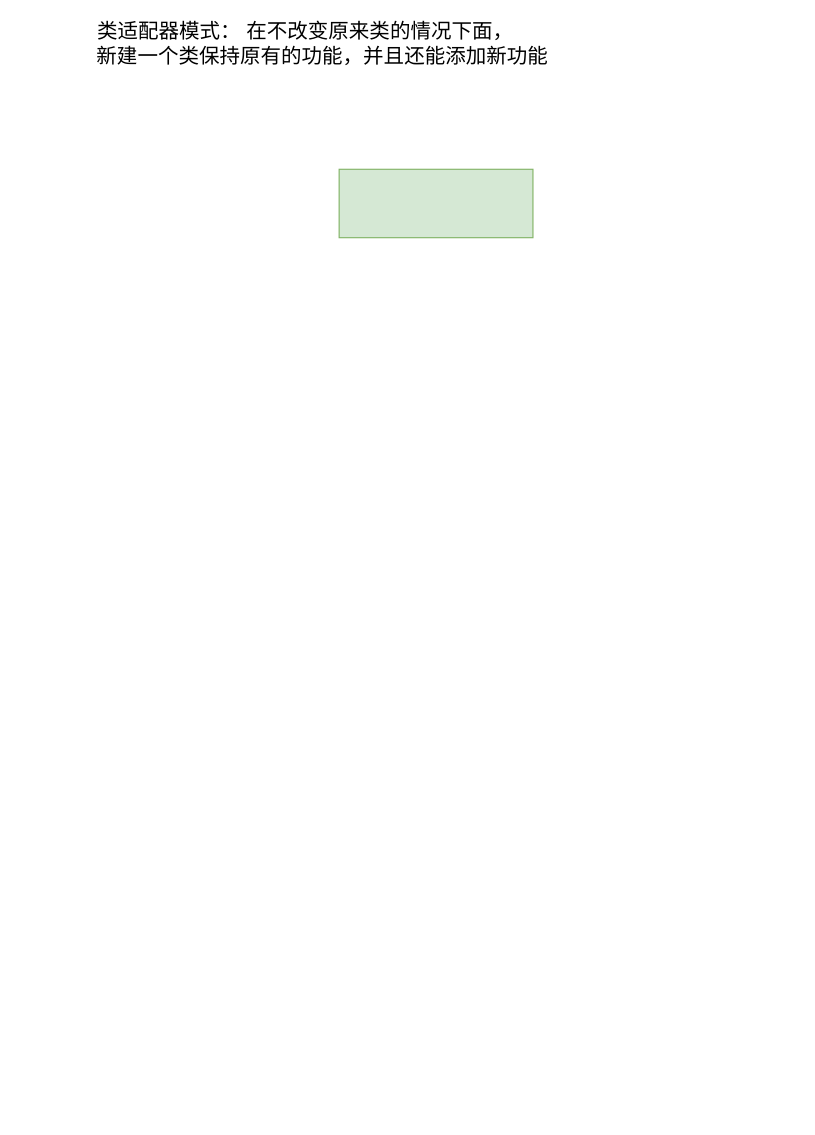
Earlier version of the draw.io diagram adaptercls.drawio (springzb/diagrams). Source tidied: cells renumbered, new cells numbered last; positions are measured from the earlier drawing's top-left corner, leaving out a move shared by most shapes. Both pictures are drawn from the tidied source at 114%, with x=0, y=0 at pixel (42, 21).
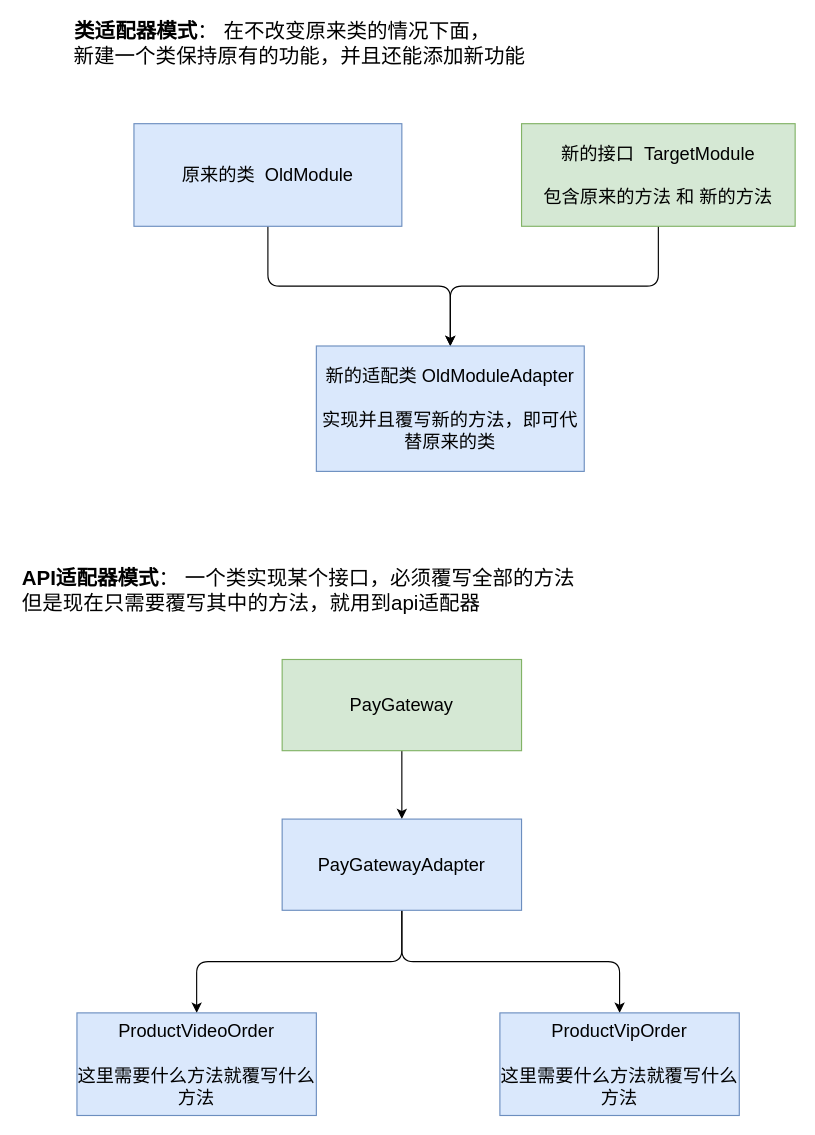
The same page after the edit.

Diff of the diagram source:
```diff
@@
 <mxGraphModel>
   <root>
     <mxCell id="0" />
     <mxCell id="1" parent="0" />
-    <mxCell id="2" value="&lt;span style=&quot;font-size: 18px&quot;&gt;类适配器模式： 在不改变原来类的情况下面，&lt;br&gt;&amp;nbsp; &amp;nbsp; &amp;nbsp; &amp;nbsp; 新建一个类保持原有的功能，并且还能添加新功能&amp;nbsp;&amp;nbsp;&lt;/span&gt;" style="text;html=1;align=center;verticalAlign=middle;" parent="1" vertex="1">
-      <mxGeometry width="460" height="40" as="geometry" />
+    <mxCell id="2" value="&lt;span style=&quot;font-size: 18px&quot;&gt;&lt;b&gt;类适配器模式&lt;/b&gt;： 在不改变原来类的情况下面，&lt;br&gt;&amp;nbsp; &amp;nbsp; &amp;nbsp; &amp;nbsp; 新建一个类保持原有的功能，并且还能添加新功能&amp;nbsp;&amp;nbsp;&lt;/span&gt;" style="text;html=1;align=center;verticalAlign=middle;" parent="1" vertex="1">
+      <mxGeometry x="-20" width="460" height="40" as="geometry" />
     </mxCell>
+    <mxCell id="4" style="edgeStyle=orthogonalEdgeStyle;rounded=1;jettySize=auto;html=1;" parent="1" edge="1" source="3" target="7">
+      <mxGeometry relative="1" as="geometry" />
+    </mxCell>
-    <mxCell id="3" style="rounded=0;whiteSpace=wrap;html=1;fillColor=#d5e8d4;strokeColor=#82b366;" parent="1" vertex="1">
-      <mxGeometry x="260" y="130" width="170" height="60" as="geometry" />
+    <mxCell id="3" value="&lt;font style=&quot;font-size: 16px&quot;&gt;新的接口&amp;nbsp; TargetModule&lt;br&gt;&lt;br&gt;包含原来的方法 和 新的方法&lt;br&gt;&lt;/font&gt;" style="rounded=0;whiteSpace=wrap;html=1;fillColor=#d5e8d4;strokeColor=#82b366;" parent="1" vertex="1">
+      <mxGeometry x="420" y="90" width="240" height="90" as="geometry" />
     </mxCell>
+    <mxCell id="5" style="edgeStyle=orthogonalEdgeStyle;rounded=1;jettySize=auto;html=1;" parent="1" edge="1" source="6" target="7">
+      <mxGeometry relative="1" as="geometry" />
+    </mxCell>
+    <mxCell id="6" value="&lt;font style=&quot;font-size: 16px&quot;&gt;原来的类&amp;nbsp; OldModule&lt;/font&gt;" style="rounded=0;whiteSpace=wrap;html=1;fillColor=#dae8fc;strokeColor=#6c8ebf;" parent="1" vertex="1">
+      <mxGeometry x="80" y="90" width="235" height="90" as="geometry" />
+    </mxCell>
+    <mxCell id="7" value="&lt;font style=&quot;font-size: 16px&quot;&gt;新的适配类 OldModuleAdapter&lt;br&gt;&lt;br&gt;实现并且覆写新的方法，即可代替原来的类&lt;br&gt;&lt;/font&gt;" style="rounded=0;whiteSpace=wrap;html=1;fillColor=#dae8fc;strokeColor=#6c8ebf;" parent="1" vertex="1">
+      <mxGeometry x="240" y="285" width="235" height="110" as="geometry" />
+    </mxCell>
+    <mxCell id="8" value="&lt;span style=&quot;font-size: 18px&quot;&gt;&lt;b&gt;API适配器模式&lt;/b&gt;： 一个类实现某个接口，必须覆写全部的方法&lt;br&gt;但是现在只需要覆写其中的方法，就用到api适配器&amp;nbsp;&amp;nbsp;&lt;/span&gt;" style="text;html=1;align=left;verticalAlign=middle;" parent="1" vertex="1">
+      <mxGeometry x="-20" y="480" width="500" height="40" as="geometry" />
+    </mxCell>
+    <mxCell id="9" style="edgeStyle=orthogonalEdgeStyle;rounded=1;jettySize=auto;html=1;entryX=0.5;entryY=0;entryDx=0;entryDy=0;" parent="1" edge="1" source="10" target="13">
+      <mxGeometry relative="1" as="geometry" />
+    </mxCell>
+    <mxCell id="10" value="&lt;font style=&quot;font-size: 16px&quot;&gt;PayGateway&lt;/font&gt;" style="rounded=0;whiteSpace=wrap;html=1;fillColor=#d5e8d4;strokeColor=#82b366;" parent="1" vertex="1">
+      <mxGeometry x="210" y="560" width="210" height="80" as="geometry" />
+    </mxCell>
+    <mxCell id="11" style="edgeStyle=orthogonalEdgeStyle;rounded=1;jettySize=auto;html=1;exitX=0.5;exitY=1;exitDx=0;exitDy=0;" parent="1" edge="1" source="13" target="14">
+      <mxGeometry relative="1" as="geometry" />
+    </mxCell>
+    <mxCell id="12" style="edgeStyle=orthogonalEdgeStyle;rounded=1;jettySize=auto;html=1;" parent="1" edge="1" source="13" target="15">
+      <mxGeometry relative="1" as="geometry" />
+    </mxCell>
+    <mxCell id="13" value="&lt;font style=&quot;font-size: 16px&quot;&gt;PayGatewayAdapter&lt;/font&gt;" style="rounded=0;whiteSpace=wrap;html=1;fillColor=#dae8fc;strokeColor=#6c8ebf;" parent="1" vertex="1">
+      <mxGeometry x="210" y="700" width="210" height="80" as="geometry" />
+    </mxCell>
+    <mxCell id="14" value="&lt;font style=&quot;font-size: 16px&quot;&gt;ProductVideoOrder&lt;br&gt;&lt;br&gt;这里需要什么方法就覆写什么方法&lt;br&gt;&lt;/font&gt;" style="rounded=0;whiteSpace=wrap;html=1;fillColor=#dae8fc;strokeColor=#6c8ebf;" parent="1" vertex="1">
+      <mxGeometry x="30" y="870" width="210" height="90" as="geometry" />
+    </mxCell>
+    <mxCell id="15" value="&lt;span style=&quot;font-size: 16px&quot;&gt;ProductVipOrder&lt;br&gt;&lt;br&gt;&lt;/span&gt;&lt;span style=&quot;font-size: 16px&quot;&gt;这里需要什么方法就覆写什么方法&lt;/span&gt;&lt;span style=&quot;font-size: 16px&quot;&gt;&lt;br&gt;&lt;/span&gt;" style="rounded=0;whiteSpace=wrap;html=1;fillColor=#dae8fc;strokeColor=#6c8ebf;" parent="1" vertex="1">
+      <mxGeometry x="401" y="870" width="210" height="90" as="geometry" />
+    </mxCell>
   </root>
 </mxGraphModel>
```
